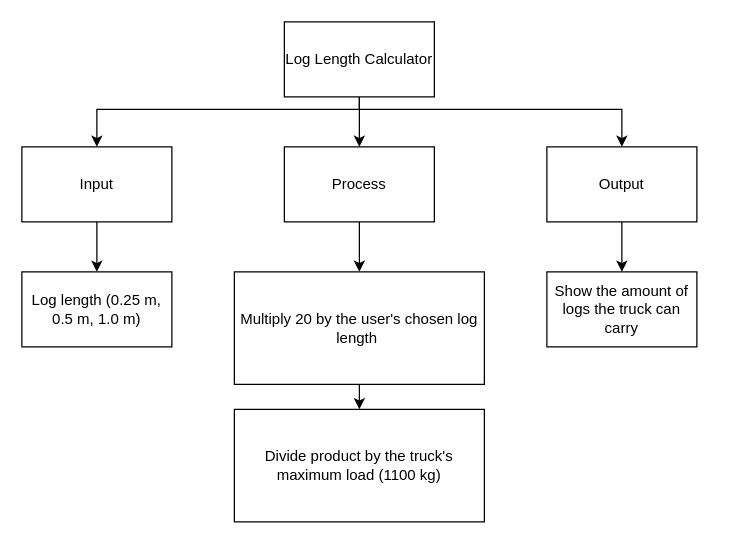
Before: topdownchart.drawio in Rodas-Nega1/ics4u-unit-1-01-typescript, a draw.io diagram. Source tidied: cells renumbered, new cells numbered last; positions are measured from the earlier drawing's top-left corner, leaving out a move shared by most shapes. Both pictures are drawn from the tidied source at 125%, with x=0, y=0 at pixel (21, 21).
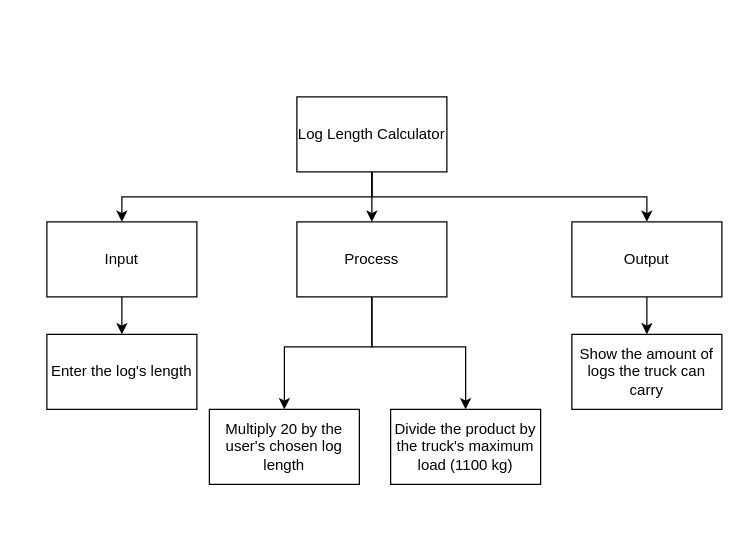
The same page after the edit.

Change to the diagram source:
```diff
@@
+    <mxCell id="4" style="edgeStyle=none;html=1;" parent="1" edge="1" source="2" target="9">
+      <mxGeometry relative="1" as="geometry" />
+    </mxCell>
+    <mxCell id="12" style="edgeStyle=none;html=1;entryX=0.5;entryY=0;entryDx=0;entryDy=0;rounded=0;" parent="1" edge="1" source="2" target="11">
+      <mxGeometry relative="1" as="geometry">
+        <Array as="points">
+          <mxPoint x="280" y="140" />
+          <mxPoint x="80" y="140" />
+        </Array>
+      </mxGeometry>
+    </mxCell>
+    <mxCell id="13" style="edgeStyle=none;rounded=0;html=1;entryX=0.5;entryY=0;entryDx=0;entryDy=0;exitX=0.5;exitY=1;exitDx=0;exitDy=0;" parent="1" edge="1" source="2" target="7">
+      <mxGeometry relative="1" as="geometry">
+        <Array as="points">
+          <mxPoint x="280" y="140" />
+          <mxPoint x="500" y="140" />
+        </Array>
+      </mxGeometry>
+    </mxCell>
-    <mxCell id="2" style="edgeStyle=none;html=1;" parent="1" edge="1" source="5">
-      <mxGeometry relative="1" as="geometry">
-        <mxPoint x="270" y="100" as="targetPoint" />
-      </mxGeometry>
+    <mxCell id="2" value="Log Length Calculator" style="rounded=0;whiteSpace=wrap;html=1;" parent="1" vertex="1">
+      <mxGeometry x="220" y="60" width="120" height="60" as="geometry" />
     </mxCell>
-    <mxCell id="3" style="edgeStyle=none;html=1;entryX=0.5;entryY=0;entryDx=0;entryDy=0;rounded=0;" parent="1" edge="1" source="5" target="11">
-      <mxGeometry relative="1" as="geometry">
-        <Array as="points">
-          <mxPoint x="270" y="70" />
-          <mxPoint x="60" y="70" />
-        </Array>
-      </mxGeometry>
-    </mxCell>
-    <mxCell id="4" style="edgeStyle=none;html=1;entryX=0.5;entryY=0;entryDx=0;entryDy=0;rounded=0;" parent="1" edge="1" target="7">
-      <mxGeometry relative="1" as="geometry">
-        <mxPoint x="270" y="70" as="sourcePoint" />
-        <Array as="points">
-          <mxPoint x="480" y="70" />
-        </Array>
-      </mxGeometry>
-    </mxCell>
-    <mxCell id="5" value="Log Length Calculator" style="rounded=0;whiteSpace=wrap;html=1;" parent="1" vertex="1">
-      <mxGeometry x="210" width="120" height="60" as="geometry" />
-    </mxCell>
-    <mxCell id="6" style="edgeStyle=none;html=1;entryX=0.5;entryY=0;entryDx=0;entryDy=0;" parent="1" edge="1" source="7" target="13">
-      <mxGeometry relative="1" as="geometry" />
-    </mxCell>
+    <mxCell id="17" style="edgeStyle=none;rounded=0;html=1;" parent="1" edge="1" source="7" target="19">
+      <mxGeometry relative="1" as="geometry" />
+    </mxCell>
     <mxCell id="7" value="Output" style="rounded=0;whiteSpace=wrap;html=1;" parent="1" vertex="1">
-      <mxGeometry x="420" y="100" width="120" height="60" as="geometry" />
+      <mxGeometry x="440" y="160" width="120" height="60" as="geometry" />
     </mxCell>
-    <mxCell id="8" style="edgeStyle=none;html=1;entryX=0.5;entryY=0;entryDx=0;entryDy=0;" parent="1" edge="1" source="9" target="15">
-      <mxGeometry relative="1" as="geometry" />
-    </mxCell>
+    <mxCell id="14" style="edgeStyle=none;rounded=0;html=1;entryX=0.5;entryY=0;entryDx=0;entryDy=0;" parent="1" edge="1" source="9" target="6">
+      <mxGeometry relative="1" as="geometry">
+        <Array as="points">
+          <mxPoint x="280" y="260" />
+          <mxPoint x="210" y="260" />
+        </Array>
+      </mxGeometry>
+    </mxCell>
+    <mxCell id="18" style="edgeStyle=none;rounded=0;html=1;entryX=0.5;entryY=0;entryDx=0;entryDy=0;exitX=0.5;exitY=1;exitDx=0;exitDy=0;" parent="1" edge="1" source="9" target="8">
+      <mxGeometry relative="1" as="geometry">
+        <Array as="points">
+          <mxPoint x="280" y="260" />
+          <mxPoint x="355" y="260" />
+        </Array>
+      </mxGeometry>
+    </mxCell>
     <mxCell id="9" value="Process" style="rounded=0;whiteSpace=wrap;html=1;" parent="1" vertex="1">
-      <mxGeometry x="210" y="100" width="120" height="60" as="geometry" />
+      <mxGeometry x="220" y="160" width="120" height="60" as="geometry" />
     </mxCell>
-    <mxCell id="10" style="edgeStyle=none;html=1;entryX=0.5;entryY=0;entryDx=0;entryDy=0;" parent="1" edge="1" source="11" target="12">
+    <mxCell id="10" style="edgeStyle=none;rounded=0;html=1;" parent="1" edge="1" source="11" target="15">
       <mxGeometry relative="1" as="geometry" />
     </mxCell>
     <mxCell id="11" value="Input" style="rounded=0;whiteSpace=wrap;html=1;" parent="1" vertex="1">
-      <mxGeometry y="100" width="120" height="60" as="geometry" />
+      <mxGeometry x="20" y="160" width="120" height="60" as="geometry" />
     </mxCell>
-    <mxCell id="12" value="Log length (0.25 m, 0.5 m, 1.0 m)" style="rounded=0;whiteSpace=wrap;html=1;" parent="1" vertex="1">
-      <mxGeometry y="200" width="120" height="60" as="geometry" />
-    </mxCell>
-    <mxCell id="13" value="Show the amount of logs the truck can carry" style="rounded=0;whiteSpace=wrap;html=1;" parent="1" vertex="1">
-      <mxGeometry x="420" y="200" width="120" height="60" as="geometry" />
-    </mxCell>
-    <mxCell id="14" style="edgeStyle=none;rounded=0;html=1;" parent="1" edge="1" source="15" target="16">
-      <mxGeometry relative="1" as="geometry" />
-    </mxCell>
-    <mxCell id="15" value="Multiply 20 by the user's chosen log length&amp;nbsp;" style="rounded=0;whiteSpace=wrap;html=1;" parent="1" vertex="1">
-      <mxGeometry x="170" y="200" width="200" height="90" as="geometry" />
+    <mxCell id="15" value="Enter the log's length" style="rounded=0;whiteSpace=wrap;html=1;" parent="1" vertex="1">
+      <mxGeometry x="20" y="250" width="120" height="60" as="geometry" />
     </mxCell>
-    <mxCell id="16" value="Divide product by the truck's maximum load (1100 kg)" style="rounded=0;whiteSpace=wrap;html=1;" parent="1" vertex="1">
-      <mxGeometry x="170" y="310" width="200" height="90" as="geometry" />
-    </mxCell>
+    <mxCell id="8" value="Divide the product by the truck's maximum load (1100 kg)" style="rounded=0;whiteSpace=wrap;html=1;" parent="1" vertex="1">
+      <mxGeometry x="295" y="310" width="120" height="60" as="geometry" />
+    </mxCell>
+    <mxCell id="6" value="Multiply 20 by the user's chosen log length" style="rounded=0;whiteSpace=wrap;html=1;" parent="1" vertex="1">
+      <mxGeometry x="150" y="310" width="120" height="60" as="geometry" />
+    </mxCell>
+    <mxCell id="19" value="Show the amount of logs the truck can carry" style="rounded=0;whiteSpace=wrap;html=1;" parent="1" vertex="1">
+      <mxGeometry x="440" y="250" width="120" height="60" as="geometry" />
+    </mxCell>
```
